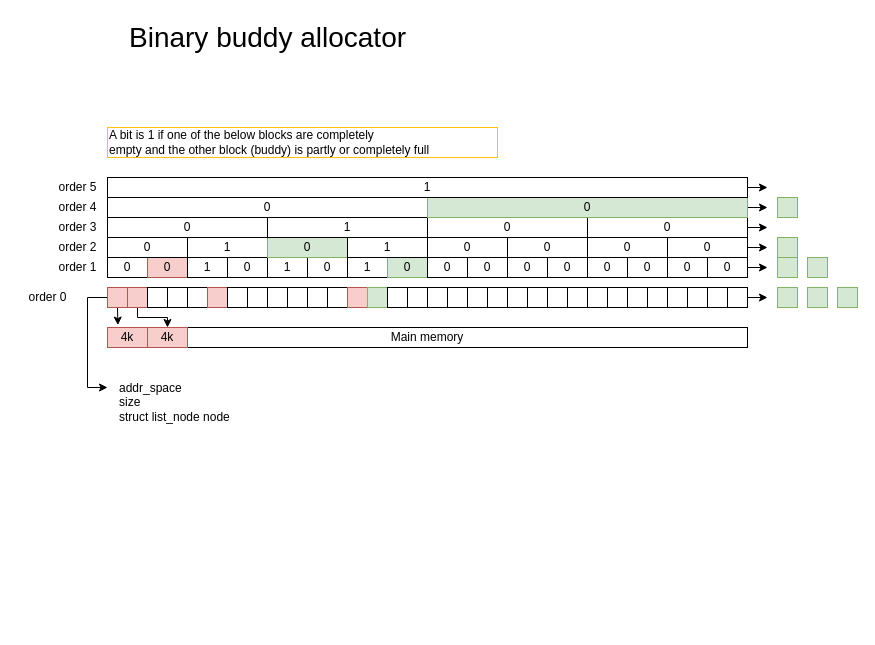
Before: doc/diagrams/buddy.drawio.xml in strawberryhacker/operating-system-cortex-a5, a draw.io diagram. Source tidied: cells renumbered, new cells numbered last; positions are measured from the earlier drawing's top-left corner, leaving out a move shared by most shapes. Both pictures are drawn from the tidied source at 100%, with x=0, y=0 at pixel (17, 17).
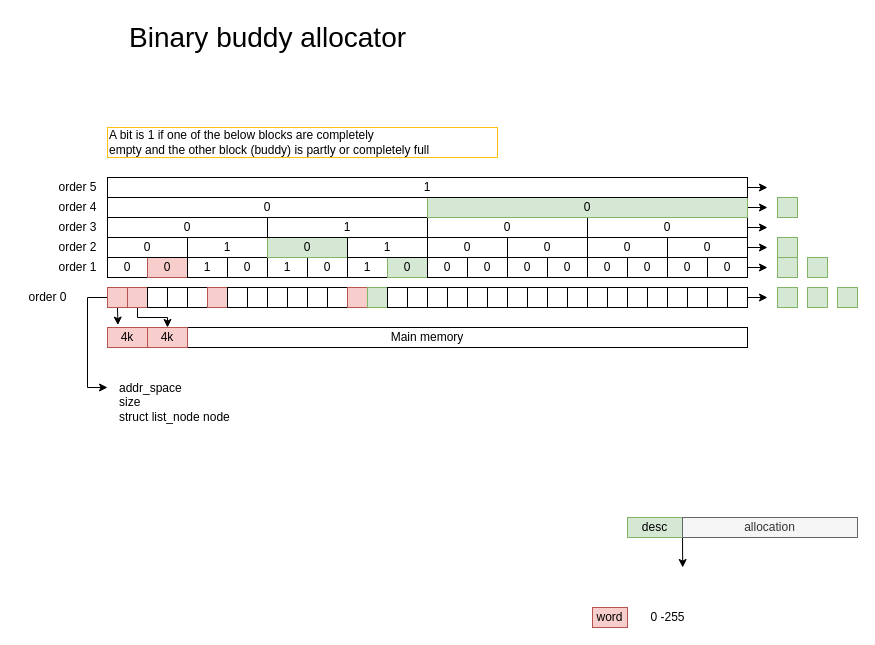
After the change.

Diff of the diagram source:
```diff
@@
+    <mxCell id="94" value="desc" style="rounded=0;whiteSpace=wrap;html=1;fontFamily=Ubuntu Mono;fillColor=#d5e8d4;strokeColor=#82b366;" parent="1" vertex="1">
+      <mxGeometry x="610" y="500" width="55" height="20" as="geometry" />
+    </mxCell>
+    <mxCell id="95" style="edgeStyle=orthogonalEdgeStyle;rounded=0;jettySize=auto;html=1;exitX=0;exitY=1;exitDx=0;exitDy=0;" parent="1" edge="1" source="96">
+      <mxGeometry relative="1" as="geometry">
+        <mxPoint x="665.2" y="550" as="targetPoint" />
+      </mxGeometry>
+    </mxCell>
+    <mxCell id="96" value="allocation" style="rounded=0;whiteSpace=wrap;html=1;fontFamily=Ubuntu Mono;fillColor=#f5f5f5;strokeColor=#666666;fontColor=#333333;" parent="1" vertex="1">
+      <mxGeometry x="665" y="500" width="175" height="20" as="geometry" />
+    </mxCell>
+    <mxCell id="97" value="word" style="rounded=0;whiteSpace=wrap;html=1;fontFamily=Ubuntu Mono;fillColor=#f8cecc;strokeColor=#b85450;" parent="1" vertex="1">
+      <mxGeometry x="575" y="590" width="35" height="20" as="geometry" />
+    </mxCell>
+    <mxCell id="98" value="0 -255" style="text;html=1;align=center;verticalAlign=middle;" parent="1" vertex="1">
+      <mxGeometry x="625" y="590" width="50" height="20" as="geometry" />
+    </mxCell>
```
